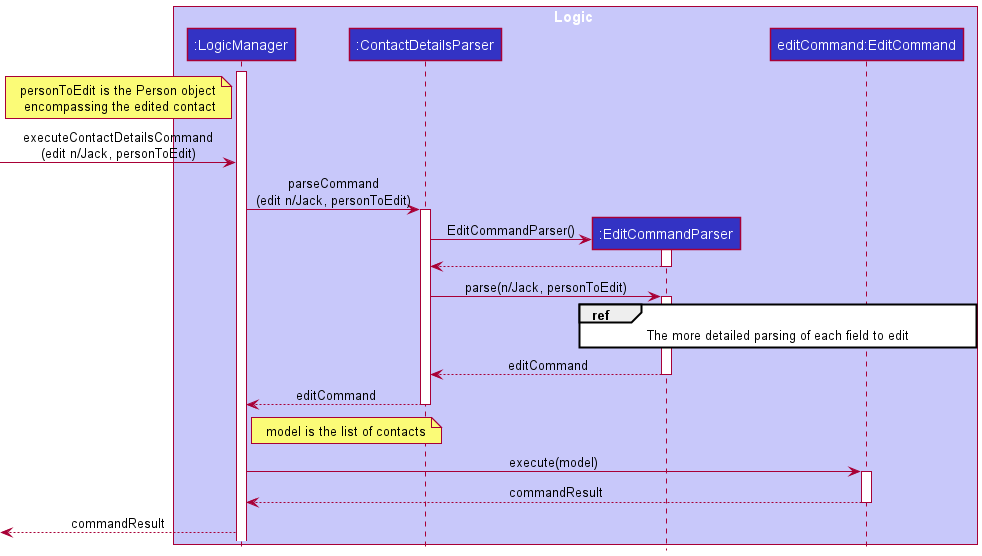
The PlantUML diagram docs/images/EditCommandSequenceDiagram.png in tonishka/tp, before a commit.
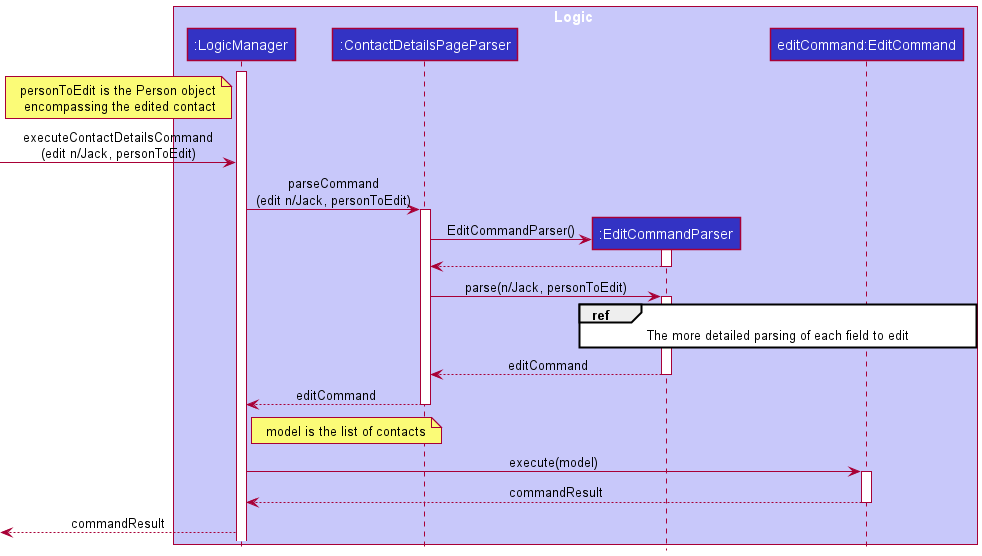
Later version of the same file.

Diff of the diagram source:
```diff
@@ -4,7 +4,7 @@
 
 box Logic LOGIC_COLOR_T1
 participant ":LogicManager" as LogicManager LOGIC_COLOR
-participant ":ContactDetailsParser" as ContactDetailsParser LOGIC_COLOR
+participant ":ContactDetailsPageParser" as ContactDetailsParser LOGIC_COLOR
 participant ":EditCommandParser" as EditCommandParser LOGIC_COLOR
 participant "editCommand:EditCommand" as EditCommand LOGIC_COLOR
 end box
```
